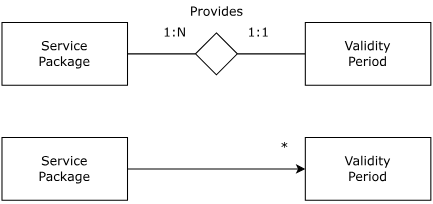
Above: Documentation/Report/img/ORM_SP_VP.svg in daviderigamonti/DB2Project-Telco (draw.io), before the change. Source tidied: cells renumbered, new cells last; positions are measured from the earlier drawing's top-left corner, leaving out a move shared by most shapes. Its diagram source:
```xml
<mxGraphModel>
  <root>
    <mxCell id="0" />
    <mxCell id="1" parent="0" />
    <mxCell id="2" style="edgeStyle=orthogonalEdgeStyle;rounded=0;jettySize=auto;html=1;endArrow=none;endFill=0;fontFamily=Verdana;labelBackgroundColor=none;" parent="1" edge="1" source="3" target="4">
      <mxGeometry relative="1" as="geometry" />
    </mxCell>
    <mxCell id="3" value="&lt;div&gt;Service&lt;/div&gt;&lt;div&gt;Package&lt;br&gt;&lt;/div&gt;" style="rounded=0;whiteSpace=wrap;html=1;fontFamily=Verdana;labelBackgroundColor=none;" parent="1" vertex="1">
      <mxGeometry y="20" width="120" height="60" as="geometry" />
    </mxCell>
    <mxCell id="4" style="rhombus;whiteSpace=wrap;html=1;fontFamily=Verdana;labelBackgroundColor=none;" parent="1" vertex="1">
      <mxGeometry x="185" y="30" width="40" height="40" as="geometry" />
    </mxCell>
    <mxCell id="5" style="edgeStyle=orthogonalEdgeStyle;rounded=0;jettySize=auto;html=1;endArrow=none;endFill=0;fontFamily=Verdana;labelBackgroundColor=none;" parent="1" edge="1" source="6" target="4">
      <mxGeometry relative="1" as="geometry" />
    </mxCell>
    <mxCell id="6" value="&lt;div&gt;Validity&lt;/div&gt;&lt;div&gt;Period&lt;br&gt;&lt;/div&gt;" style="rounded=0;whiteSpace=wrap;html=1;fontFamily=Verdana;labelBackgroundColor=none;" parent="1" vertex="1">
      <mxGeometry x="290" y="20" width="120" height="60" as="geometry" />
    </mxCell>
    <mxCell id="7" style="edgeStyle=orthogonalEdgeStyle;rounded=0;jettySize=auto;html=1;entryX=0;entryY=0.5;entryDx=0;entryDy=0;endArrow=classic;endFill=1;fontFamily=Verdana;labelBackgroundColor=none;" parent="1" edge="1" source="8" target="9">
      <mxGeometry relative="1" as="geometry" />
    </mxCell>
    <mxCell id="8" value="&lt;div&gt;Service&lt;/div&gt;&lt;div&gt;Package&lt;br&gt;&lt;/div&gt;" style="rounded=0;whiteSpace=wrap;html=1;fontFamily=Verdana;labelBackgroundColor=none;" parent="1" vertex="1">
      <mxGeometry y="130" width="120" height="60" as="geometry" />
    </mxCell>
    <mxCell id="9" value="&lt;div&gt;Validity&lt;/div&gt;&lt;div&gt;Period&lt;br&gt;&lt;/div&gt;" style="rounded=0;whiteSpace=wrap;html=1;fontFamily=Verdana;labelBackgroundColor=none;" parent="1" vertex="1">
      <mxGeometry x="290" y="130" width="120" height="60" as="geometry" />
    </mxCell>
    <mxCell id="10" value="1:N" style="text;html=1;align=center;verticalAlign=middle;strokeColor=none;fillColor=none;fontFamily=Verdana;" parent="1" vertex="1">
      <mxGeometry x="145" y="20" width="40" height="20" as="geometry" />
    </mxCell>
    <mxCell id="11" value="1:1" style="text;html=1;align=center;verticalAlign=middle;strokeColor=none;fillColor=none;fontFamily=Verdana;" parent="1" vertex="1">
      <mxGeometry x="230" y="20" width="30" height="20" as="geometry" />
    </mxCell>
    <mxCell id="12" value="*" style="text;html=1;align=center;verticalAlign=middle;strokeColor=none;fillColor=none;fontFamily=Verdana;" parent="1" vertex="1">
      <mxGeometry x="260" y="130" width="20" height="20" as="geometry" />
    </mxCell>
    <mxCell id="13" value="Provides" style="text;html=1;align=center;verticalAlign=middle;strokeColor=none;fillColor=none;fontFamily=Verdana;" parent="1" vertex="1">
      <mxGeometry x="170" width="70" height="20" as="geometry" />
    </mxCell>
  </root>
</mxGraphModel>
```
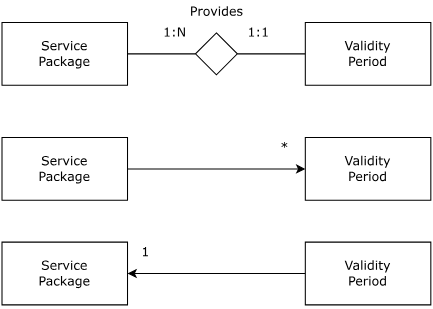
Later version of the same file.

What changed in the source:
```diff
@@ -38,5 +38,17 @@
     <mxCell id="13" value="Provides" style="text;html=1;align=center;verticalAlign=middle;strokeColor=none;fillColor=none;fontFamily=Verdana;" parent="1" vertex="1">
       <mxGeometry x="170" width="70" height="20" as="geometry" />
     </mxCell>
+    <mxCell id="14" style="edgeStyle=orthogonalEdgeStyle;rounded=0;jettySize=auto;html=1;entryX=0;entryY=0.5;entryDx=0;entryDy=0;endArrow=none;endFill=0;fontFamily=Verdana;labelBackgroundColor=none;startArrow=classic;startFill=1;" parent="1" edge="1" source="15" target="16">
+      <mxGeometry relative="1" as="geometry" />
+    </mxCell>
+    <mxCell id="15" value="&lt;div&gt;Service&lt;/div&gt;&lt;div&gt;Package&lt;br&gt;&lt;/div&gt;" style="rounded=0;whiteSpace=wrap;html=1;fontFamily=Verdana;labelBackgroundColor=none;" parent="1" vertex="1">
+      <mxGeometry y="230" width="120" height="60" as="geometry" />
+    </mxCell>
+    <mxCell id="16" value="&lt;div&gt;Validity&lt;/div&gt;&lt;div&gt;Period&lt;br&gt;&lt;/div&gt;" style="rounded=0;whiteSpace=wrap;html=1;fontFamily=Verdana;labelBackgroundColor=none;" parent="1" vertex="1">
+      <mxGeometry x="290" y="230" width="120" height="60" as="geometry" />
+    </mxCell>
+    <mxCell id="17" value="1" style="text;html=1;align=center;verticalAlign=middle;strokeColor=none;fillColor=none;fontFamily=Verdana;" parent="1" vertex="1">
+      <mxGeometry x="127" y="230" width="20" height="20" as="geometry" />
+    </mxCell>
   </root>
 </mxGraphModel>
```
